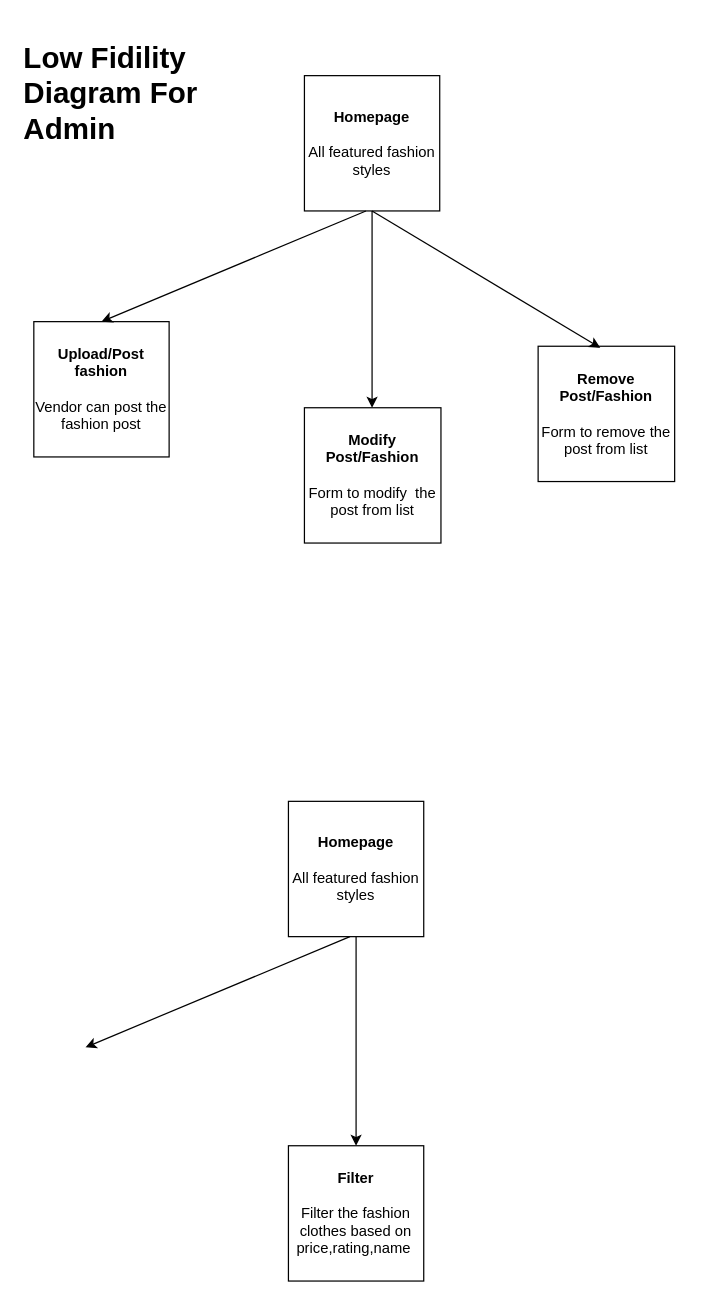
This is LowFidilityDiagram.drawio from trentb10/COMP313-003-Team-2-Trendn, a draw.io file, before an edit. Source tidied: cells renumbered, new cells numbered last; positions are measured from the earlier drawing's top-left corner, leaving out a move shared by most shapes. Both pictures are drawn from the tidied source at 123%, with x=0, y=0 at pixel (21, 50).
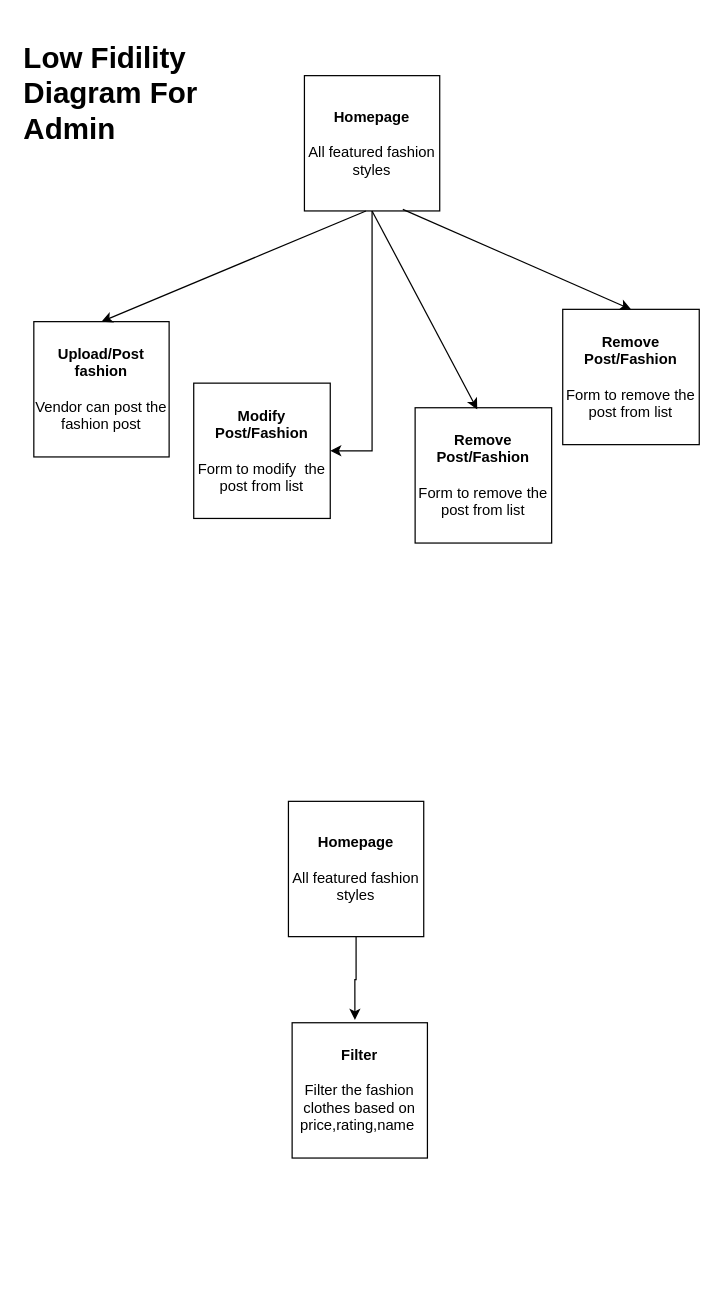
Above is the later version.

Change to the diagram source:
```diff
@@
 <mxGraphModel>
   <root>
     <mxCell id="0" />
     <mxCell id="1" parent="0" />
     <mxCell id="2" style="edgeStyle=orthogonalEdgeStyle;rounded=0;jettySize=auto;html=1;" parent="1" edge="1" source="3" target="10">
       <mxGeometry relative="1" as="geometry">
         <Array as="points">
           <mxPoint x="285" y="290" />
           <mxPoint x="285" y="290" />
         </Array>
       </mxGeometry>
     </mxCell>
     <mxCell id="3" value="&lt;b&gt;Homepage&lt;/b&gt;&lt;br&gt;&lt;br&gt;All featured fashion styles" style="whiteSpace=wrap;html=1;" parent="1" vertex="1">
       <mxGeometry x="230" y="20" width="110" height="110" as="geometry" />
     </mxCell>
     <mxCell id="4" value="&lt;div&gt;&lt;b&gt;Upload/Post fashion &lt;br&gt;&lt;/b&gt;&lt;/div&gt;&lt;div&gt;&lt;b&gt;&amp;nbsp;&lt;/b&gt;&lt;/div&gt;Vendor can post the fashion post" style="whiteSpace=wrap;html=1;" parent="1" vertex="1">
       <mxGeometry x="10" y="220" width="110" height="110" as="geometry" />
     </mxCell>
     <mxCell id="5" value="&lt;div&gt;&lt;b&gt;Remove Post/Fashion&lt;/b&gt;&lt;/div&gt;&lt;div&gt;&lt;b&gt;&lt;br&gt;&lt;/b&gt;&lt;/div&gt;Form to remove the post from list" style="whiteSpace=wrap;html=1;" parent="1" vertex="1">
-      <mxGeometry x="420" y="240" width="111" height="110" as="geometry" />
+      <mxGeometry x="320" y="290" width="111" height="110" as="geometry" />
     </mxCell>
     <mxCell id="6" value="&lt;b&gt;Filter&lt;/b&gt;&lt;br&gt;&lt;br&gt;Filter the fashion clothes based on price,rating,name&amp;nbsp;" style="whiteSpace=wrap;html=1;" parent="1" vertex="1">
-      <mxGeometry x="217" y="890" width="110" height="110" as="geometry" />
+      <mxGeometry x="220" y="790" width="110" height="110" as="geometry" />
     </mxCell>
     <mxCell id="7" value="&lt;h1 align=&quot;left&quot;&gt;Low Fidility Diagram For Admin&lt;/h1&gt;" style="text;html=1;strokeColor=none;fillColor=none;align=left;verticalAlign=middle;whiteSpace=wrap;rounded=0;" parent="1" vertex="1">
       <mxGeometry width="190" height="70" as="geometry" />
     </mxCell>
     <mxCell id="8" style="endArrow=classic;html=1;entryX=0.5;entryY=0;entryDx=0;entryDy=0;" parent="1" edge="1" target="4">
       <mxGeometry relative="1" as="geometry">
         <mxPoint x="280" y="130" as="sourcePoint" />
       </mxGeometry>
     </mxCell>
     <mxCell id="9" style="endArrow=classic;html=1;exitX=0.5;exitY=1;exitDx=0;exitDy=0;entryX=0.455;entryY=0.012;entryDx=0;entryDy=0;entryPerimeter=0;" parent="1" edge="1" source="3" target="5">
       <mxGeometry relative="1" as="geometry" />
     </mxCell>
     <mxCell id="10" value="&lt;div&gt;&lt;b&gt;Modify Post/Fashion&lt;/b&gt;&lt;/div&gt;&lt;br&gt;Form to modify&amp;nbsp; the post from list" style="whiteSpace=wrap;html=1;" parent="1" vertex="1">
-      <mxGeometry x="230" y="290" width="111" height="110" as="geometry" />
+      <mxGeometry x="140" y="270" width="111" height="110" as="geometry" />
     </mxCell>
-    <mxCell id="11" style="edgeStyle=orthogonalEdgeStyle;rounded=0;jettySize=auto;html=1;" parent="1" edge="1" source="12">
-      <mxGeometry relative="1" as="geometry">
-        <mxPoint x="272" y="890" as="targetPoint" />
-        <Array as="points">
-          <mxPoint x="272" y="880" />
-          <mxPoint x="272" y="880" />
-        </Array>
-      </mxGeometry>
-    </mxCell>
+    <mxCell id="14" style="edgeStyle=orthogonalEdgeStyle;rounded=0;jettySize=auto;html=1;entryX=0.464;entryY=-0.021;entryDx=0;entryDy=0;entryPerimeter=0;" parent="1" edge="1" source="12" target="6">
+      <mxGeometry relative="1" as="geometry">
+        <Array as="points">
+          <mxPoint x="272" y="755" />
+          <mxPoint x="271" y="755" />
+        </Array>
+      </mxGeometry>
+    </mxCell>
     <mxCell id="12" value="&lt;b&gt;Homepage&lt;/b&gt;&lt;br&gt;&lt;br&gt;All featured fashion styles" style="whiteSpace=wrap;html=1;" parent="1" vertex="1">
       <mxGeometry x="217" y="610" width="110" height="110" as="geometry" />
     </mxCell>
-    <mxCell id="13" style="endArrow=classic;html=1;entryX=0.5;entryY=0;entryDx=0;entryDy=0;" parent="1" edge="1">
-      <mxGeometry relative="1" as="geometry">
-        <mxPoint x="267" y="720" as="sourcePoint" />
-        <mxPoint x="52" y="810" as="targetPoint" />
-      </mxGeometry>
-    </mxCell>
+    <mxCell id="15" value="&lt;div&gt;&lt;b&gt;Remove Post/Fashion&lt;/b&gt;&lt;/div&gt;&lt;div&gt;&lt;b&gt;&lt;br&gt;&lt;/b&gt;&lt;/div&gt;Form to remove the post from list" style="whiteSpace=wrap;html=1;" parent="1" vertex="1">
+      <mxGeometry x="440" y="210" width="111" height="110" as="geometry" />
+    </mxCell>
+    <mxCell id="16" style="endArrow=classic;html=1;exitX=0.5;exitY=1;exitDx=0;exitDy=0;entryX=0.5;entryY=0;entryDx=0;entryDy=0;" parent="1" edge="1" target="15">
+      <mxGeometry relative="1" as="geometry">
+        <mxPoint x="310" y="128.7" as="sourcePoint" />
+      </mxGeometry>
+    </mxCell>
   </root>
 </mxGraphModel>
```
